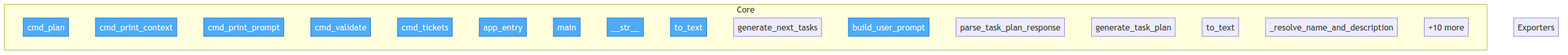
Above: project/flow.png in semcod/nxdo (Mermaid), before the change. Its source is kept beside it as project/flow.mmd.
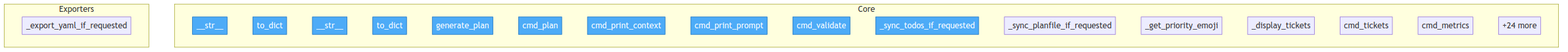
The same file after the commit.

Change to the diagram source:
```diff
@@ -3,25 +3,26 @@
     classDef entry fill:#4dabf7,stroke:#1971c2,color:#fff
 
     subgraph Core
+        src__lane__models__Task____str__["__str__"]
+        src__lane__models__Task__to_dict["to_dict"]
+        src__lane__models__TaskPlan____str__["__str__"]
+        src__lane__models__TaskPlan__to_dict["to_dict"]
+        src__lane__providers__base__LLMProvider__generate_plan["generate_plan"]
         src__lane__cli__cmd_plan["cmd_plan"]
         src__lane__cli__cmd_print_context["cmd_print_context"]
         src__lane__cli__cmd_print_prompt["cmd_print_prompt"]
         src__lane__cli__cmd_validate["cmd_validate"]
+        src__lane__cli___sync_todos_if_requested["_sync_todos_if_requested"]
+        src__lane__cli___sync_planfile_if_requested["_sync_planfile_if_requested"]
+        src__lane__cli___get_priority_emoji["_get_priority_emoji"]
+        src__lane__cli___display_tickets["_display_tickets"]
         src__lane__cli__cmd_tickets["cmd_tickets"]
-        src__lane__cli__app_entry["app_entry"]
-        src__lane__cli__main["main"]
-        src__lane__git_reader__CommitInfo____str__["__str__"]
-        src__lane__git_reader__GitContext__to_text["to_text"]
-        src__lane__planner__generate_next_tasks["generate_next_tasks"]
-        src__lane__llm_client__build_user_prompt["build_user_prompt"]
-        src__lane__llm_client__parse_task_plan_response["parse_task_plan_response"]
-        src__lane__llm_client__OpenAICompatibleLLMClient__generate_task_plan["generate_task_plan"]
-        src__lane__project_analyzer__ProjectSnapshot__to_text["to_text"]
-        src__lane__project_analyzer___resolve_name_and_description["_resolve_name_and_description"]
-        ...["+10 more"]
+        src__lane__cli__cmd_metrics["cmd_metrics"]
+        ...["+24 more"]
     end
 
     subgraph Exporters
+        src__lane__cli___export_yaml_if_requested["_export_yaml_if_requested"]
     end
 
-    class src__lane__cli__cmd_plan,src__lane__cli__cmd_print_context,src__lane__cli__cmd_print_prompt,src__lane__cli__cmd_validate,src__lane__cli__cmd_tickets,src__lane__cli__app_entry,src__lane__cli__main,src__lane__git_reader__CommitInfo____str__,src__lane__git_reader__GitContext__to_text,src__lane__llm_client__build_user_prompt entry
+    class src__lane__models__Task____str__,src__lane__models__Task__to_dict,src__lane__models__TaskPlan____str__,src__lane__models__TaskPlan__to_dict,src__lane__providers__base__LLMProvider__generate_plan,src__lane__cli__cmd_plan,src__lane__cli__cmd_print_context,src__lane__cli__cmd_print_prompt,src__lane__cli__cmd_validate,src__lane__cli___sync_todos_if_requested entry
```
